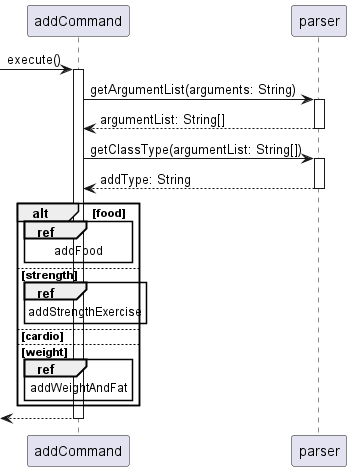
Above: docs/UmlDiagrams/Add.png in nus-cs2113-AY2223S1/tp (PlantUML), before the change.
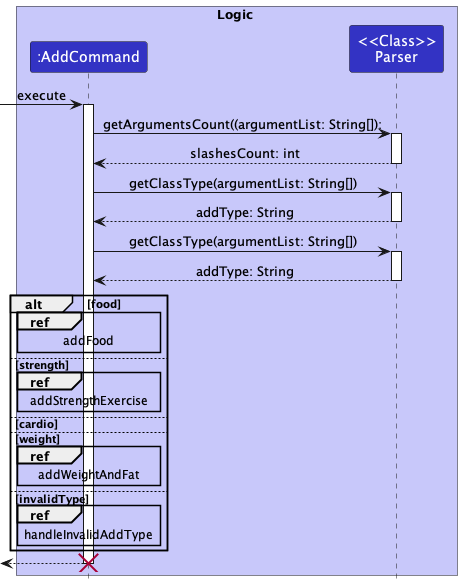
After the commit.

Diff of the diagram source:
```diff
@@ -1,26 +1,33 @@
 @startuml
 
-autoactivate on
+!include style.puml
 
 
+box Logic LOGIC_COLOR_T1
+participant ":AddCommand" as AddCommand LOGIC_COLOR
+participant "<<Class>>\nParser" as Parser LOGIC_COLOR
+end box
 
--> addCommand: execute()
-addCommand -> parser: getArgumentList(arguments: String)
-return argumentList: String[]
-addCommand -> parser: getClassType(argumentList: String[])
+[-> AddCommand : execute
+activate AddCommand
+AddCommand -> Parser++: getArgumentsCount((argumentList: String[]):
+return slashesCount: int
+AddCommand -> Parser++: getClassType(argumentList: String[])
+return addType: String
+AddCommand -> Parser++: getClassType(argumentList: String[])
 return addType: String
 
 alt food
-    ref over addCommand: addFood
+    ref over AddCommand: addFood
 else strength
-    ref over addCommand: addStrengthExercise
+    ref over AddCommand: addStrengthExercise
 else cardio
 
 else weight
-    ref over addCommand: addWeightAndFat
-
+    ref over AddCommand: addWeightAndFat
+else invalidType
+    ref over AddCommand: handleInvalidAddType
 end
-
 return
-
+destroy AddCommand
 @enduml
```
